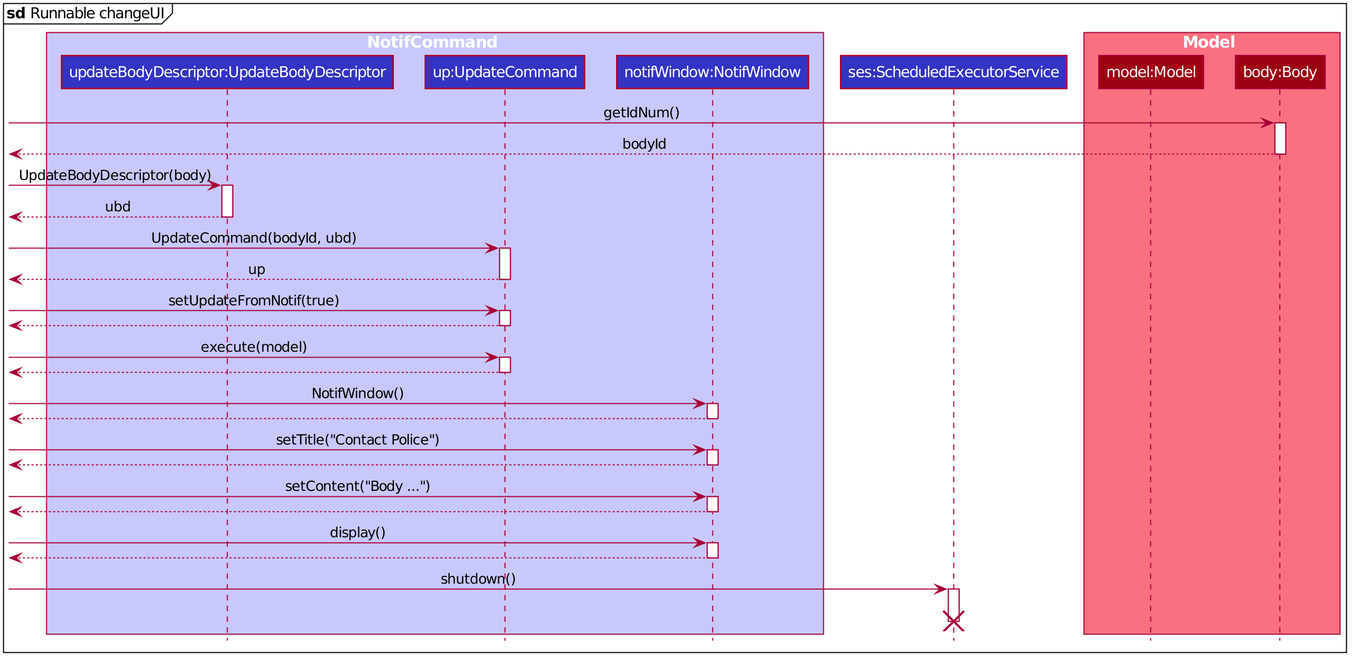
The PlantUML diagram docs/images/ChangeUiFnSequenceDiagram.png in nus-cs2103-AY1920S1/addressbook-level3, before a commit.
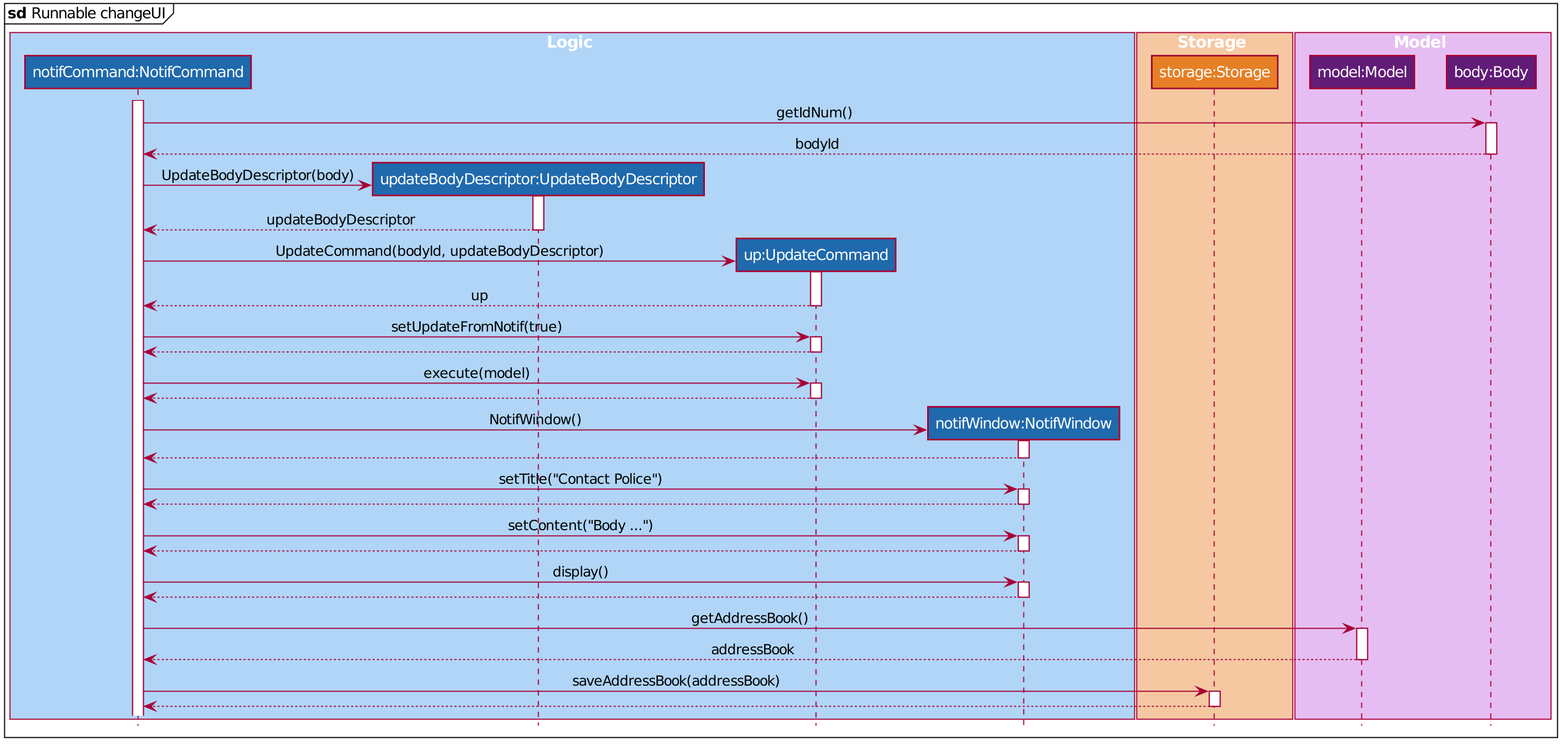
Above is the later version.

Commit message:
Update Notif Sequence Diagrams

Diff of the diagram source:
```diff
@@ -49,73 +49,83 @@
 hide circle
 
 mainframe <b>sd</b> Runnable changeUI
-box NotifCommand #C8C8FA
-participant "updateBodyDescriptor:UpdateBodyDescriptor" as UpdateBodyDescriptor #3333C4
-participant "up:UpdateCommand" as UpdateCommand #3333C4
-participant "notifWindow:NotifWindow" as NotifWindow #3333C4
+box Logic #b0d5f7
+participant "notifCommand:NotifCommand" as NotifCommand #1f69ad
+participant "updateBodyDescriptor:UpdateBodyDescriptor" as UpdateBodyDescriptor #1f69ad
+participant "up:UpdateCommand" as UpdateCommand #1f69ad
+participant "notifWindow:NotifWindow" as NotifWindow #1f69ad
 end box
 
-participant "ses:ScheduledExecutorService" as ScheduledExecutorService #3333C4
-
-box Model #F97181
-participant "model:Model" as Model #9D0012
-participant "body:Body" as Body #9D0012
+box Storage #f5c8a2
+participant "storage:Storage" as Storage #e67f25
 end box
 
--> Body :getIdNum()
-create Body
+box Model #e6bdf2
+participant "model:Model" as Model #621c78
+participant "body:Body" as Body #621c78
+end box
+
+activate NotifCommand
+
+NotifCommand -> Body :getIdNum()
 activate Body
-<-- Body :bodyId
+NotifCommand <-- Body :bodyId
 deactivate Body
 
--> UpdateBodyDescriptor :UpdateBodyDescriptor(body)
 create UpdateBodyDescriptor
+NotifCommand -> UpdateBodyDescriptor :UpdateBodyDescriptor(body)
 activate UpdateBodyDescriptor
-<-- UpdateBodyDescriptor :ubd
+NotifCommand <-- UpdateBodyDescriptor :updateBodyDescriptor
 deactivate UpdateBodyDescriptor
 
 
--> UpdateCommand :UpdateCommand(bodyId, ubd)
+
 create UpdateCommand
+NotifCommand -> UpdateCommand :UpdateCommand(bodyId, updateBodyDescriptor)
 activate UpdateCommand
-<-- UpdateCommand :up
+NotifCommand <-- UpdateCommand :up
 deactivate UpdateCommand
 
--> UpdateCommand :setUpdateFromNotif(true)
+NotifCommand -> UpdateCommand :setUpdateFromNotif(true)
 activate UpdateCommand
-<-- UpdateCommand
+NotifCommand <-- UpdateCommand
 deactivate UpdateCommand
 
--> UpdateCommand :execute(model)
+NotifCommand -> UpdateCommand :execute(model)
 activate UpdateCommand
-<-- UpdateCommand
+NotifCommand <-- UpdateCommand
 deactivate UpdateCommand
 
--> NotifWindow :NotifWindow()
+
 create NotifWindow
+NotifCommand-> NotifWindow :NotifWindow()
 activate NotifWindow
-<-- NotifWindow
+NotifCommand <-- NotifWindow
 deactivate NotifWindow
 
--> NotifWindow :setTitle("Contact Police")
+NotifCommand -> NotifWindow :setTitle("Contact Police")
 activate NotifWindow
-<-- NotifWindow
+NotifCommand <-- NotifWindow
 deactivate NotifWindow
 
--> NotifWindow :setContent("Body ...")
+NotifCommand -> NotifWindow :setContent("Body ...")
 activate NotifWindow
-<-- NotifWindow
+NotifCommand <-- NotifWindow
 deactivate NotifWindow
 
--> NotifWindow :display()
+NotifCommand -> NotifWindow :display()
 activate NotifWindow
-<-- NotifWindow
+NotifCommand <-- NotifWindow
 deactivate NotifWindow
 
--> ScheduledExecutorService :shutdown()
-create ScheduledExecutorService
-activate ScheduledExecutorService
+NotifCommand -> Model :getAddressBook()
+activate Model
+Model --> NotifCommand :addressBook
+deactivate Model
 
-destroy ScheduledExecutorService
+NotifCommand -> Storage :saveAddressBook(addressBook)
+activate Storage
+Storage --> NotifCommand
+deactivate Storage
 
 @enduml
```
